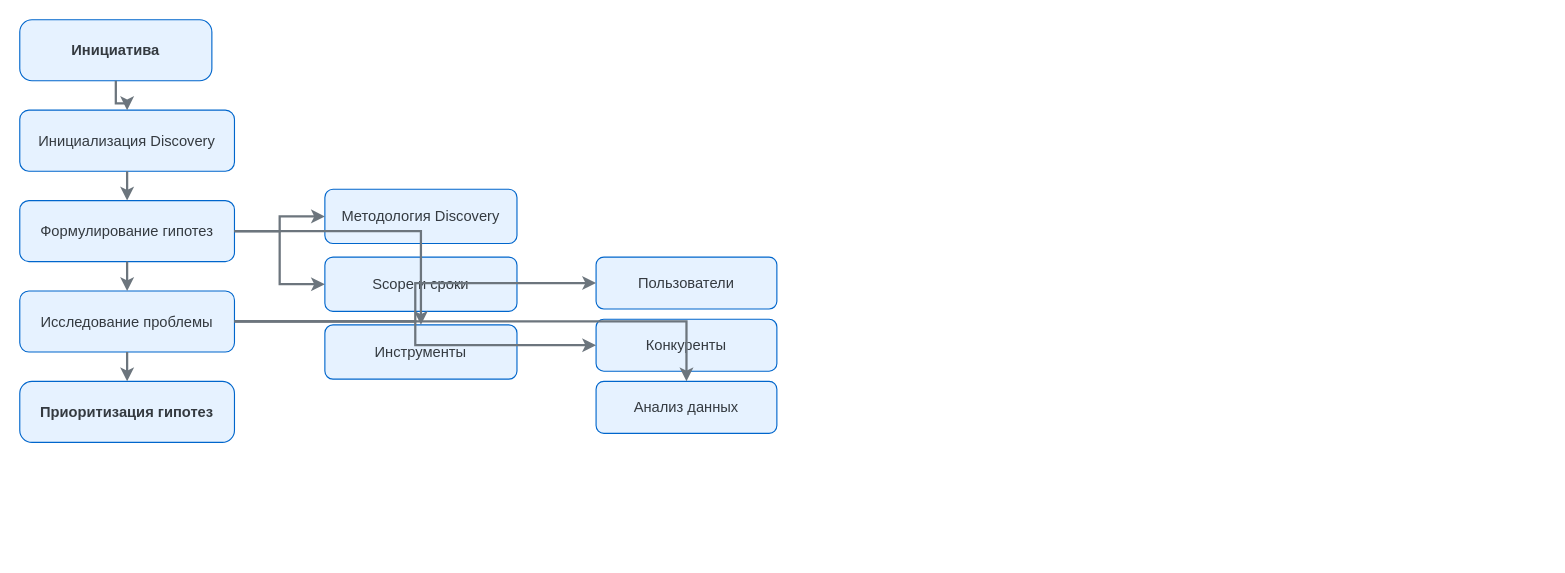
Earlier version of the draw.io diagram тестыИИ/discovery/drawio/01-phase-1-research.drawio (jackrescuer-gif/Discovery-in-value). Source tidied: cells renumbered, new cells numbered last; positions are measured from the earlier drawing's top-left corner, leaving out a move shared by most shapes. Both pictures are drawn from the tidied source at 113%, with x=0, y=0 at pixel (19, 19).
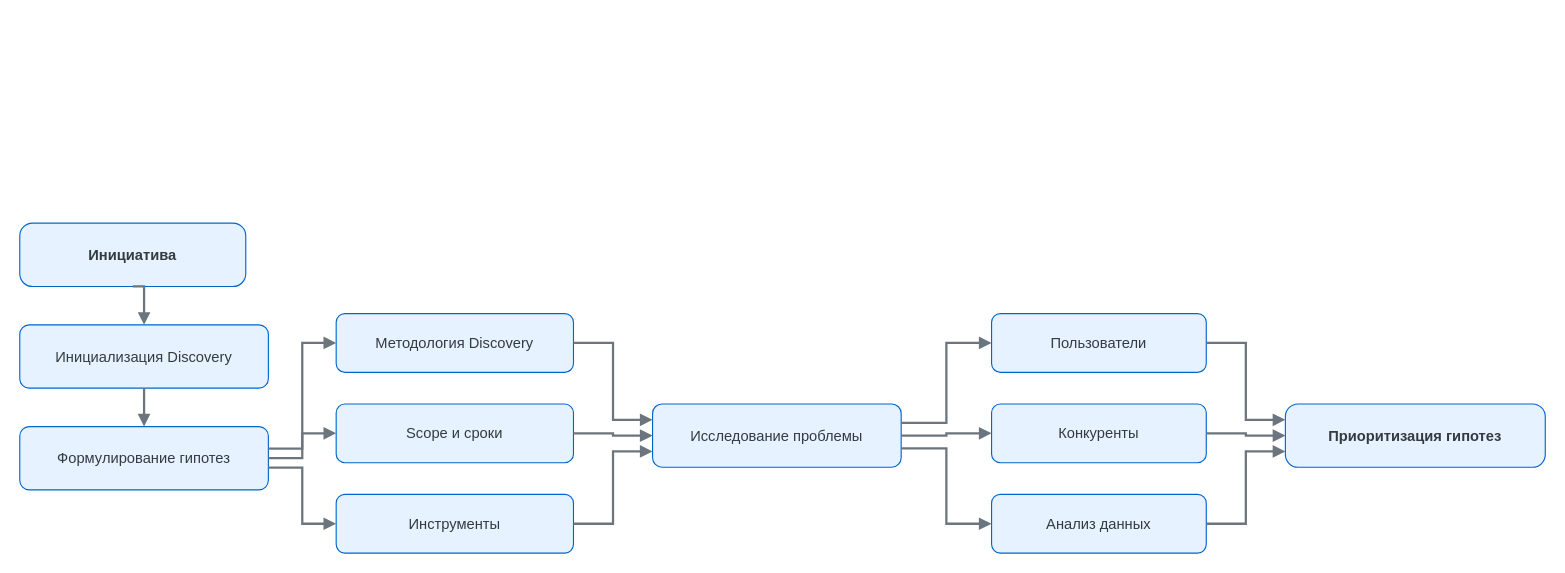
The same page after the edit.

Diff of the diagram source:
```diff
@@
     <mxCell id="2" value="Инициатива" style="rounded=1;whiteSpace=wrap;html=1;arcSize=20;fillColor=#E6F2FF;strokeColor=#0066CC;fontColor=#343A40;fontSize=13;fontStyle=1;" parent="1" vertex="1">
-      <mxGeometry width="170" height="54" as="geometry" />
+      <mxGeometry y="180" width="200" height="56" as="geometry" />
     </mxCell>
     <mxCell id="3" value="Инициализация Discovery" style="rounded=1;whiteSpace=wrap;html=1;fillColor=#E6F2FF;strokeColor=#0066CC;fontColor=#343A40;fontSize=13;" parent="1" vertex="1">
-      <mxGeometry y="80" width="190" height="54" as="geometry" />
+      <mxGeometry y="270" width="220" height="56" as="geometry" />
     </mxCell>
     <mxCell id="4" value="Формулирование гипотез" style="rounded=1;whiteSpace=wrap;html=1;fillColor=#E6F2FF;strokeColor=#0066CC;fontColor=#343A40;fontSize=13;" parent="1" vertex="1">
-      <mxGeometry y="160" width="190" height="54" as="geometry" />
+      <mxGeometry y="360" width="220" height="56" as="geometry" />
     </mxCell>
-    <mxCell id="5" value="Исследование проблемы" style="rounded=1;whiteSpace=wrap;html=1;fillColor=#E6F2FF;strokeColor=#0066CC;fontColor=#343A40;fontSize=13;" parent="1" vertex="1">
-      <mxGeometry y="240" width="190" height="54" as="geometry" />
-    </mxCell>
-    <mxCell id="6" value="Приоритизация гипотез" style="rounded=1;whiteSpace=wrap;html=1;arcSize=20;fillColor=#E6F2FF;strokeColor=#0066CC;fontColor=#343A40;fontSize=13;fontStyle=1;" parent="1" vertex="1">
-      <mxGeometry y="320" width="190" height="54" as="geometry" />
-    </mxCell>
     <mxCell id="7" value="Методология Discovery" style="rounded=1;whiteSpace=wrap;html=1;fillColor=#E6F2FF;strokeColor=#0066CC;fontColor=#343A40;fontSize=13;" parent="1" vertex="1">
-      <mxGeometry x="270" y="150" width="170" height="48" as="geometry" />
+      <mxGeometry x="280" y="260" width="210" height="52" as="geometry" />
     </mxCell>
     <mxCell id="8" value="Scope и сроки" style="rounded=1;whiteSpace=wrap;html=1;fillColor=#E6F2FF;strokeColor=#0066CC;fontColor=#343A40;fontSize=13;" parent="1" vertex="1">
-      <mxGeometry x="270" y="210" width="170" height="48" as="geometry" />
+      <mxGeometry x="280" y="340" width="210" height="52" as="geometry" />
     </mxCell>
     <mxCell id="9" value="Инструменты" style="rounded=1;whiteSpace=wrap;html=1;fillColor=#E6F2FF;strokeColor=#0066CC;fontColor=#343A40;fontSize=13;" parent="1" vertex="1">
-      <mxGeometry x="270" y="270" width="170" height="48" as="geometry" />
+      <mxGeometry x="280" y="420" width="210" height="52" as="geometry" />
     </mxCell>
+    <mxCell id="5" value="Исследование проблемы" style="rounded=1;whiteSpace=wrap;html=1;fillColor=#E6F2FF;strokeColor=#0066CC;fontColor=#343A40;fontSize=13;" parent="1" vertex="1">
+      <mxGeometry x="560" y="340" width="220" height="56" as="geometry" />
+    </mxCell>
     <mxCell id="10" value="Пользователи" style="rounded=1;whiteSpace=wrap;html=1;fillColor=#E6F2FF;strokeColor=#0066CC;fontColor=#343A40;fontSize=13;" parent="1" vertex="1">
-      <mxGeometry x="510" y="210" width="160" height="46" as="geometry" />
+      <mxGeometry x="860" y="260" width="190" height="52" as="geometry" />
     </mxCell>
     <mxCell id="11" value="Конкуренты" style="rounded=1;whiteSpace=wrap;html=1;fillColor=#E6F2FF;strokeColor=#0066CC;fontColor=#343A40;fontSize=13;" parent="1" vertex="1">
-      <mxGeometry x="510" y="265" width="160" height="46" as="geometry" />
+      <mxGeometry x="860" y="340" width="190" height="52" as="geometry" />
     </mxCell>
     <mxCell id="12" value="Анализ данных" style="rounded=1;whiteSpace=wrap;html=1;fillColor=#E6F2FF;strokeColor=#0066CC;fontColor=#343A40;fontSize=13;" parent="1" vertex="1">
-      <mxGeometry x="510" y="320" width="160" height="46" as="geometry" />
+      <mxGeometry x="860" y="420" width="190" height="52" as="geometry" />
     </mxCell>
+    <mxCell id="6" value="Приоритизация гипотез" style="rounded=1;whiteSpace=wrap;html=1;arcSize=20;fillColor=#E6F2FF;strokeColor=#0066CC;fontColor=#343A40;fontSize=13;fontStyle=1;" parent="1" vertex="1">
+      <mxGeometry x="1120" y="340" width="230" height="56" as="geometry" />
+    </mxCell>
-    <mxCell id="13" style="edgeStyle=orthogonalEdgeStyle;rounded=0;jettySize=auto;html=1;strokeColor=#6C757D;strokeWidth=2;" parent="1" edge="1" source="2" target="3">
+    <mxCell id="13" style="edgeStyle=orthogonalEdgeStyle;rounded=0;jettySize=auto;html=1;strokeColor=#6C757D;strokeWidth=2;endArrow=block;endFill=1;exitX=0.5;exitY=1;entryX=0.5;entryY=0;" parent="1" edge="1" source="2" target="3">
       <mxGeometry relative="1" as="geometry" />
     </mxCell>
-    <mxCell id="14" style="edgeStyle=orthogonalEdgeStyle;rounded=0;jettySize=auto;html=1;strokeColor=#6C757D;strokeWidth=2;" parent="1" edge="1" source="3" target="4">
+    <mxCell id="14" style="edgeStyle=orthogonalEdgeStyle;rounded=0;jettySize=auto;html=1;strokeColor=#6C757D;strokeWidth=2;endArrow=block;endFill=1;exitX=0.5;exitY=1;entryX=0.5;entryY=0;" parent="1" edge="1" source="3" target="4">
       <mxGeometry relative="1" as="geometry" />
     </mxCell>
-    <mxCell id="15" style="edgeStyle=orthogonalEdgeStyle;rounded=0;jettySize=auto;html=1;strokeColor=#6C757D;strokeWidth=2;" parent="1" edge="1" source="4" target="5">
-      <mxGeometry relative="1" as="geometry" />
-    </mxCell>
-    <mxCell id="16" style="edgeStyle=orthogonalEdgeStyle;rounded=0;jettySize=auto;html=1;strokeColor=#6C757D;strokeWidth=2;" parent="1" edge="1" source="5" target="6">
-      <mxGeometry relative="1" as="geometry" />
-    </mxCell>
-    <mxCell id="17" style="edgeStyle=orthogonalEdgeStyle;rounded=0;jettySize=auto;html=1;strokeColor=#6C757D;strokeWidth=2;" parent="1" edge="1" source="4" target="7">
+    <mxCell id="17" style="edgeStyle=orthogonalEdgeStyle;rounded=0;jettySize=auto;html=1;strokeColor=#6C757D;strokeWidth=2;endArrow=block;endFill=1;exitX=1;exitY=0.35;entryX=0;entryY=0.5;" parent="1" edge="1" source="4" target="7">
       <mxGeometry relative="1" as="geometry" />
     </mxCell>
-    <mxCell id="18" style="edgeStyle=orthogonalEdgeStyle;rounded=0;jettySize=auto;html=1;strokeColor=#6C757D;strokeWidth=2;" parent="1" edge="1" source="4" target="8">
+    <mxCell id="18" style="edgeStyle=orthogonalEdgeStyle;rounded=0;jettySize=auto;html=1;strokeColor=#6C757D;strokeWidth=2;endArrow=block;endFill=1;exitX=1;exitY=0.5;entryX=0;entryY=0.5;" parent="1" edge="1" source="4" target="8">
       <mxGeometry relative="1" as="geometry" />
     </mxCell>
-    <mxCell id="19" style="edgeStyle=orthogonalEdgeStyle;rounded=0;jettySize=auto;html=1;strokeColor=#6C757D;strokeWidth=2;" parent="1" edge="1" source="4" target="9">
+    <mxCell id="19" style="edgeStyle=orthogonalEdgeStyle;rounded=0;jettySize=auto;html=1;strokeColor=#6C757D;strokeWidth=2;endArrow=block;endFill=1;exitX=1;exitY=0.65;entryX=0;entryY=0.5;" parent="1" edge="1" source="4" target="9">
       <mxGeometry relative="1" as="geometry" />
     </mxCell>
-    <mxCell id="20" style="edgeStyle=orthogonalEdgeStyle;rounded=0;jettySize=auto;html=1;strokeColor=#6C757D;strokeWidth=2;" parent="1" edge="1" source="5" target="10">
+    <mxCell id="20" style="edgeStyle=orthogonalEdgeStyle;rounded=0;jettySize=auto;html=1;strokeColor=#6C757D;strokeWidth=2;endArrow=block;endFill=1;exitX=1;exitY=0.5;entryX=0;entryY=0.25;" parent="1" edge="1" source="7" target="5">
       <mxGeometry relative="1" as="geometry" />
     </mxCell>
-    <mxCell id="21" style="edgeStyle=orthogonalEdgeStyle;rounded=0;jettySize=auto;html=1;strokeColor=#6C757D;strokeWidth=2;" parent="1" edge="1" source="5" target="11">
+    <mxCell id="21" style="edgeStyle=orthogonalEdgeStyle;rounded=0;jettySize=auto;html=1;strokeColor=#6C757D;strokeWidth=2;endArrow=block;endFill=1;exitX=1;exitY=0.5;entryX=0;entryY=0.5;" parent="1" edge="1" source="8" target="5">
       <mxGeometry relative="1" as="geometry" />
     </mxCell>
-    <mxCell id="22" style="edgeStyle=orthogonalEdgeStyle;rounded=0;jettySize=auto;html=1;strokeColor=#6C757D;strokeWidth=2;" parent="1" edge="1" source="5" target="12">
+    <mxCell id="22" style="edgeStyle=orthogonalEdgeStyle;rounded=0;jettySize=auto;html=1;strokeColor=#6C757D;strokeWidth=2;endArrow=block;endFill=1;exitX=1;exitY=0.5;entryX=0;entryY=0.75;" parent="1" edge="1" source="9" target="5">
       <mxGeometry relative="1" as="geometry" />
     </mxCell>
+    <mxCell id="23" style="edgeStyle=orthogonalEdgeStyle;rounded=0;jettySize=auto;html=1;strokeColor=#6C757D;strokeWidth=2;endArrow=block;endFill=1;exitX=1;exitY=0.3;entryX=0;entryY=0.5;" parent="1" edge="1" source="5" target="10">
+      <mxGeometry relative="1" as="geometry" />
+    </mxCell>
+    <mxCell id="24" style="edgeStyle=orthogonalEdgeStyle;rounded=0;jettySize=auto;html=1;strokeColor=#6C757D;strokeWidth=2;endArrow=block;endFill=1;exitX=1;exitY=0.5;entryX=0;entryY=0.5;" parent="1" edge="1" source="5" target="11">
+      <mxGeometry relative="1" as="geometry" />
+    </mxCell>
+    <mxCell id="25" style="edgeStyle=orthogonalEdgeStyle;rounded=0;jettySize=auto;html=1;strokeColor=#6C757D;strokeWidth=2;endArrow=block;endFill=1;exitX=1;exitY=0.7;entryX=0;entryY=0.5;" parent="1" edge="1" source="5" target="12">
+      <mxGeometry relative="1" as="geometry" />
+    </mxCell>
+    <mxCell id="26" style="edgeStyle=orthogonalEdgeStyle;rounded=0;jettySize=auto;html=1;strokeColor=#6C757D;strokeWidth=2;endArrow=block;endFill=1;exitX=1;exitY=0.5;entryX=0;entryY=0.25;" parent="1" edge="1" source="10" target="6">
+      <mxGeometry relative="1" as="geometry" />
+    </mxCell>
+    <mxCell id="27" style="edgeStyle=orthogonalEdgeStyle;rounded=0;jettySize=auto;html=1;strokeColor=#6C757D;strokeWidth=2;endArrow=block;endFill=1;exitX=1;exitY=0.5;entryX=0;entryY=0.5;" parent="1" edge="1" source="11" target="6">
+      <mxGeometry relative="1" as="geometry" />
+    </mxCell>
+    <mxCell id="28" style="edgeStyle=orthogonalEdgeStyle;rounded=0;jettySize=auto;html=1;strokeColor=#6C757D;strokeWidth=2;endArrow=block;endFill=1;exitX=1;exitY=0.5;entryX=0;entryY=0.75;" parent="1" edge="1" source="12" target="6">
+      <mxGeometry relative="1" as="geometry" />
+    </mxCell>
```
